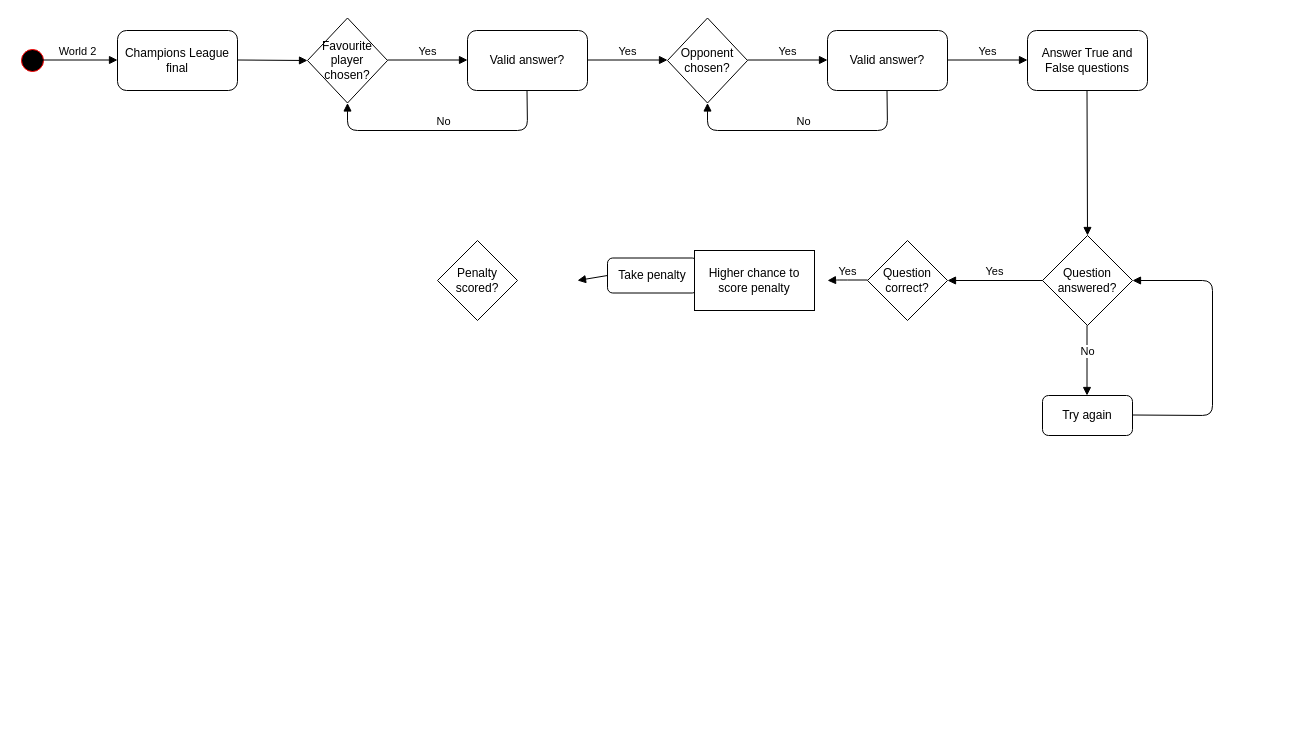
ramonjakobs/project1_textgame keeps this draw.io diagram as World 2.drawio. Above is the earlier version. Source tidied: cells renumbered, new cells numbered last; positions are measured from the earlier drawing's top-left corner, leaving out a move shared by most shapes. Both pictures are drawn from the tidied source at 100%, with x=0, y=0 at pixel (17, 17).
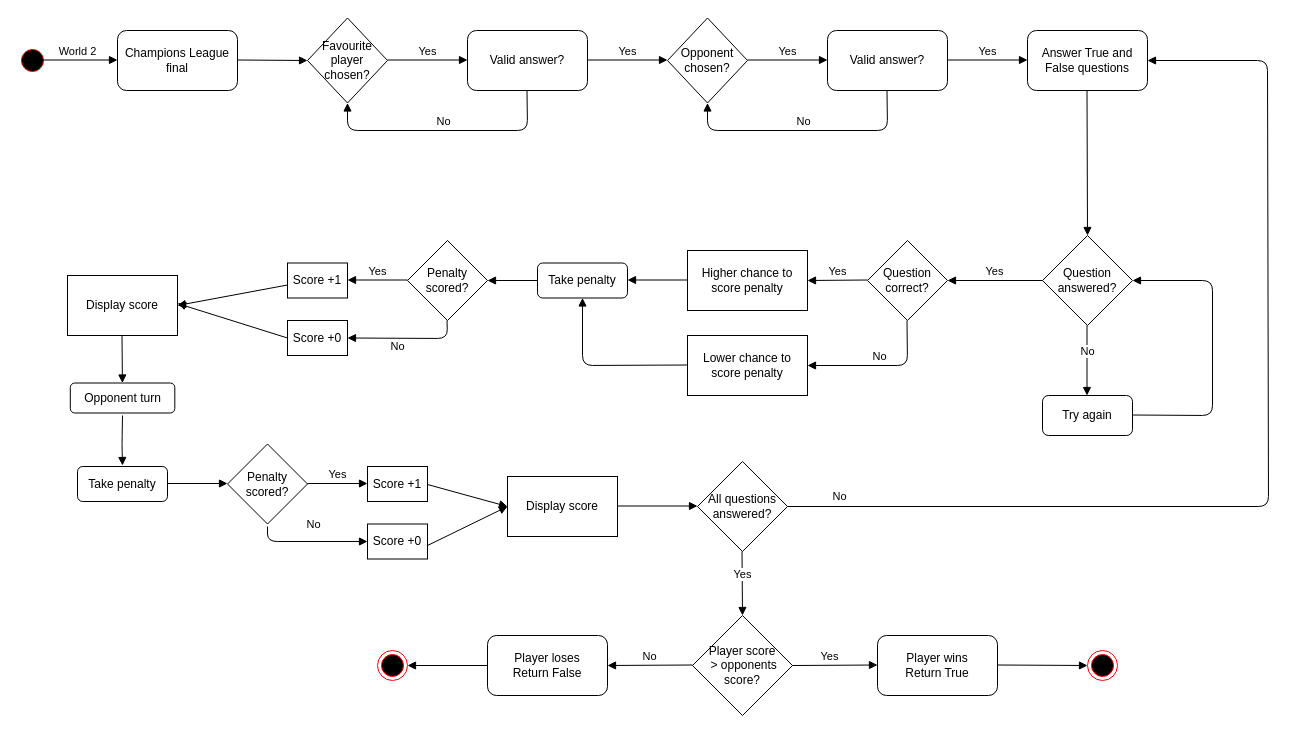
The same page after the edit.

Unchanged cells that the change refers to:
```xml
<mxCell id="16" value="Answer True and False questions" style="rounded=1;whiteSpace=wrap;html=1;" parent="1" vertex="1">
  <mxGeometry x="1010" y="13" width="120" height="60" as="geometry" />
</mxCell>
```

Diff of the diagram source:
```diff
@@
     <mxCell id="24" value="Penalty scored?" style="rhombus;whiteSpace=wrap;html=1;" parent="1" vertex="1">
-      <mxGeometry x="420" y="223" width="80" height="80" as="geometry" />
+      <mxGeometry x="390" y="223" width="80" height="80" as="geometry" />
     </mxCell>
     <mxCell id="25" value="Take penalty" style="rounded=1;whiteSpace=wrap;html=1;" parent="1" vertex="1">
-      <mxGeometry x="590" y="240.5" width="90" height="35" as="geometry" />
+      <mxGeometry x="520" y="245.5" width="90" height="35" as="geometry" />
     </mxCell>
-    <mxCell id="26" style="html=1;verticalAlign=bottom;endArrow=block;exitX=0;exitY=0.5;exitDx=0;exitDy=0;" parent="1" edge="1" source="25">
-      <mxGeometry x="-0.43" y="10" relative="1" as="geometry">
-        <mxPoint x="560" y="263" as="targetPoint" />
-      </mxGeometry>
+    <mxCell id="26" style="html=1;verticalAlign=bottom;endArrow=block;exitX=0;exitY=0.5;exitDx=0;exitDy=0;" parent="1" edge="1" source="25" target="24">
+      <mxGeometry x="-0.43" y="10" relative="1" as="geometry" />
     </mxCell>
     <mxCell id="27" value="Yes" style="html=1;verticalAlign=bottom;endArrow=block;" parent="1" edge="1">
       <mxGeometry relative="1" as="geometry">
         <mxPoint x="850" y="262.5" as="sourcePoint" />
-        <mxPoint x="810" y="263" as="targetPoint" />
-        <Array as="points">
-          <mxPoint x="820" y="262.5" />
-        </Array>
+        <mxPoint x="790" y="263" as="targetPoint" />
       </mxGeometry>
     </mxCell>
     <mxCell id="28" value="Higher chance to score penalty" style="rounded=0;whiteSpace=wrap;html=1;" parent="1" vertex="1">
-      <mxGeometry x="677" y="233" width="120" height="60" as="geometry" />
+      <mxGeometry x="670" y="233" width="120" height="60" as="geometry" />
     </mxCell>
+    <mxCell id="29" style="html=1;verticalAlign=bottom;endArrow=block;" parent="1" edge="1">
+      <mxGeometry relative="1" as="geometry">
+        <mxPoint x="670" y="262.5" as="sourcePoint" />
+        <mxPoint x="610" y="262.5" as="targetPoint" />
+      </mxGeometry>
+    </mxCell>
+    <mxCell id="30" value="No" style="html=1;verticalAlign=bottom;endArrow=block;entryX=1;entryY=0.5;entryDx=0;entryDy=0;" parent="1" edge="1" target="32">
+      <mxGeometry x="0.15" y="17" relative="1" as="geometry">
+        <mxPoint x="429.5" y="303" as="sourcePoint" />
+        <Array as="points">
+          <mxPoint x="430" y="321" />
+        </Array>
+      </mxGeometry>
+    </mxCell>
+    <mxCell id="31" value="Yes" style="html=1;verticalAlign=bottom;endArrow=block;" parent="1" edge="1">
+      <mxGeometry relative="1" as="geometry">
+        <mxPoint x="390" y="262.5" as="sourcePoint" />
+        <mxPoint x="330" y="262.5" as="targetPoint" />
+      </mxGeometry>
+    </mxCell>
+    <mxCell id="32" value="Score +0" style="rounded=0;whiteSpace=wrap;html=1;" parent="1" vertex="1">
+      <mxGeometry x="270" y="303" width="60" height="35" as="geometry" />
+    </mxCell>
+    <mxCell id="33" value="Score +1" style="rounded=0;whiteSpace=wrap;html=1;" parent="1" vertex="1">
+      <mxGeometry x="270" y="245.5" width="60" height="35" as="geometry" />
+    </mxCell>
+    <mxCell id="34" style="html=1;verticalAlign=bottom;endArrow=block;entryX=1;entryY=0.5;entryDx=0;entryDy=0;" parent="1" edge="1" target="36">
+      <mxGeometry relative="1" as="geometry">
+        <mxPoint x="270" y="267.5" as="sourcePoint" />
+      </mxGeometry>
+    </mxCell>
+    <mxCell id="35" style="html=1;verticalAlign=bottom;endArrow=block;entryX=1;entryY=0.5;entryDx=0;entryDy=0;exitX=0;exitY=0.5;exitDx=0;exitDy=0;" parent="1" edge="1" source="32">
+      <mxGeometry relative="1" as="geometry">
+        <mxPoint x="160" y="286" as="targetPoint" />
+      </mxGeometry>
+    </mxCell>
+    <mxCell id="36" value="Display score" style="rounded=0;whiteSpace=wrap;html=1;strokeColor=#000000;" parent="1" vertex="1">
+      <mxGeometry x="50" y="258" width="110" height="60" as="geometry" />
+    </mxCell>
+    <mxCell id="37" value="No" style="html=1;verticalAlign=bottom;endArrow=block;" parent="1" edge="1">
+      <mxGeometry relative="1" as="geometry">
+        <mxPoint x="889.5" y="303" as="sourcePoint" />
+        <mxPoint x="790" y="348" as="targetPoint" />
+        <Array as="points">
+          <mxPoint x="890" y="348" />
+        </Array>
+      </mxGeometry>
+    </mxCell>
+    <mxCell id="38" value="Lower chance to score penalty" style="rounded=0;whiteSpace=wrap;html=1;" parent="1" vertex="1">
+      <mxGeometry x="670" y="318" width="120" height="60" as="geometry" />
+    </mxCell>
+    <mxCell id="39" style="html=1;verticalAlign=bottom;endArrow=block;entryX=0.5;entryY=1;entryDx=0;entryDy=0;" parent="1" edge="1" target="25">
+      <mxGeometry relative="1" as="geometry">
+        <mxPoint x="670" y="347.5" as="sourcePoint" />
+        <Array as="points">
+          <mxPoint x="565" y="348" />
+        </Array>
+      </mxGeometry>
+    </mxCell>
+    <mxCell id="40" style="html=1;verticalAlign=bottom;endArrow=block;shadow=0;strokeWidth=1;" parent="1" edge="1" target="41">
+      <mxGeometry relative="1" as="geometry">
+        <mxPoint x="104.5" y="318" as="sourcePoint" />
+      </mxGeometry>
+    </mxCell>
+    <mxCell id="41" value="Opponent turn" style="rounded=1;whiteSpace=wrap;html=1;" parent="1" vertex="1">
+      <mxGeometry x="52.8" y="365.5" width="104.5" height="30" as="geometry" />
+    </mxCell>
+    <mxCell id="42" value="Penalty scored?" style="rhombus;whiteSpace=wrap;html=1;direction=west;" parent="1" vertex="1">
+      <mxGeometry x="210" y="426.5" width="80" height="80" as="geometry" />
+    </mxCell>
+    <mxCell id="43" value="No" style="html=1;verticalAlign=bottom;endArrow=block;entryX=1;entryY=0.5;entryDx=0;entryDy=0;" parent="1" edge="1" target="45">
+      <mxGeometry x="0.06" y="8" relative="1" as="geometry">
+        <mxPoint x="250" y="509" as="sourcePoint" />
+        <Array as="points">
+          <mxPoint x="250" y="524" />
+        </Array>
+      </mxGeometry>
+    </mxCell>
+    <mxCell id="44" value="Yes" style="html=1;verticalAlign=bottom;endArrow=block;" parent="1" edge="1">
+      <mxGeometry relative="1" as="geometry">
+        <mxPoint x="290" y="466" as="sourcePoint" />
+        <mxPoint x="350" y="466" as="targetPoint" />
+      </mxGeometry>
+    </mxCell>
+    <mxCell id="45" value="Score +0" style="rounded=0;whiteSpace=wrap;html=1;direction=west;" parent="1" vertex="1">
+      <mxGeometry x="350" y="506.5" width="60" height="35" as="geometry" />
+    </mxCell>
+    <mxCell id="46" value="Score +1" style="rounded=0;whiteSpace=wrap;html=1;direction=west;" parent="1" vertex="1">
+      <mxGeometry x="350" y="449" width="60" height="35" as="geometry" />
+    </mxCell>
+    <mxCell id="47" style="html=1;verticalAlign=bottom;endArrow=block;entryX=0;entryY=0.5;entryDx=0;entryDy=0;" parent="1" edge="1" target="51">
+      <mxGeometry relative="1" as="geometry">
+        <mxPoint x="410" y="467" as="sourcePoint" />
+      </mxGeometry>
+    </mxCell>
+    <mxCell id="48" style="html=1;verticalAlign=bottom;endArrow=block;entryX=0;entryY=0.5;entryDx=0;entryDy=0;" parent="1" edge="1" target="51">
+      <mxGeometry relative="1" as="geometry">
+        <mxPoint x="410" y="528" as="sourcePoint" />
+        <Array as="points">
+          <mxPoint x="410" y="528" />
+        </Array>
+      </mxGeometry>
+    </mxCell>
+    <mxCell id="49" value="Take penalty" style="rounded=1;whiteSpace=wrap;html=1;" parent="1" vertex="1">
+      <mxGeometry x="60" y="449" width="90" height="35" as="geometry" />
+    </mxCell>
+    <mxCell id="50" style="html=1;verticalAlign=bottom;endArrow=block;shadow=0;strokeWidth=1;" parent="1" edge="1">
+      <mxGeometry relative="1" as="geometry">
+        <mxPoint x="105" y="398" as="sourcePoint" />
+        <mxPoint x="105" y="448" as="targetPoint" />
+        <Array as="points">
+          <mxPoint x="104.5" y="428" />
+        </Array>
+      </mxGeometry>
+    </mxCell>
+    <mxCell id="51" value="Display score" style="rounded=0;whiteSpace=wrap;html=1;strokeColor=#000000;" parent="1" vertex="1">
+      <mxGeometry x="490" y="459" width="110" height="60" as="geometry" />
+    </mxCell>
+    <mxCell id="52" style="html=1;verticalAlign=bottom;endArrow=block;shadow=0;strokeWidth=1;" parent="1" edge="1">
+      <mxGeometry relative="1" as="geometry">
+        <mxPoint x="150" y="466" as="sourcePoint" />
+        <mxPoint x="210" y="466" as="targetPoint" />
+      </mxGeometry>
+    </mxCell>
+    <mxCell id="53" value="All questions answered?" style="rhombus;whiteSpace=wrap;html=1;strokeColor=#000000;" parent="1" vertex="1">
+      <mxGeometry x="680" y="444" width="90" height="90" as="geometry" />
+    </mxCell>
+    <mxCell id="54" style="html=1;verticalAlign=bottom;endArrow=block;shadow=0;strokeWidth=1;" parent="1" edge="1">
+      <mxGeometry relative="1" as="geometry">
+        <mxPoint x="600" y="488.5" as="sourcePoint" />
+        <mxPoint x="680" y="488.5" as="targetPoint" />
+      </mxGeometry>
+    </mxCell>
+    <mxCell id="55" value="No" style="html=1;verticalAlign=bottom;endArrow=block;shadow=0;strokeWidth=1;entryX=1;entryY=0.5;entryDx=0;entryDy=0;exitX=1;exitY=0.5;exitDx=0;exitDy=0;" parent="1" edge="1" source="53" target="16">
+      <mxGeometry x="-0.9" y="1" relative="1" as="geometry">
+        <Array as="points">
+          <mxPoint x="1251" y="489" />
+          <mxPoint x="1250" y="43" />
+        </Array>
+      </mxGeometry>
+    </mxCell>
+    <mxCell id="56" value="Yes" style="html=1;verticalAlign=bottom;endArrow=block;shadow=0;strokeWidth=1;entryX=0.5;entryY=0;entryDx=0;entryDy=0;" parent="1" edge="1" target="57">
+      <mxGeometry relative="1" as="geometry">
+        <mxPoint x="724.5" y="534" as="sourcePoint" />
+      </mxGeometry>
+    </mxCell>
+    <mxCell id="57" value="Player score&lt;br&gt;&amp;nbsp;&amp;gt; opponents score?" style="rhombus;whiteSpace=wrap;html=1;strokeColor=#000000;" parent="1" vertex="1">
+      <mxGeometry x="675" y="598" width="100" height="100" as="geometry" />
+    </mxCell>
+    <mxCell id="58" style="edgeStyle=orthogonalEdgeStyle;rounded=0;orthogonalLoop=1;jettySize=auto;html=1;exitX=0.5;exitY=1;exitDx=0;exitDy=0;shadow=0;strokeWidth=1;" parent="1" edge="1" source="57" target="57">
+      <mxGeometry relative="1" as="geometry" />
+    </mxCell>
+    <mxCell id="59" value="Yes" style="html=1;verticalAlign=bottom;endArrow=block;shadow=0;strokeWidth=1;exitX=1;exitY=0.5;exitDx=0;exitDy=0;" parent="1" edge="1" source="57">
+      <mxGeometry x="-0.12" relative="1" as="geometry">
+        <mxPoint x="860" y="647.5" as="targetPoint" />
+      </mxGeometry>
+    </mxCell>
+    <mxCell id="60" value="Player wins&lt;br&gt;Return True" style="rounded=1;whiteSpace=wrap;html=1;strokeColor=#000000;" parent="1" vertex="1">
+      <mxGeometry x="860" y="618" width="120" height="60" as="geometry" />
+    </mxCell>
+    <mxCell id="61" style="ellipse;html=1;shape=endState;fillColor=#000000;strokeColor=#ff0000;" parent="1" vertex="1">
+      <mxGeometry x="1070" y="633" width="30" height="30" as="geometry" />
+    </mxCell>
+    <mxCell id="62" style="html=1;verticalAlign=bottom;endArrow=block;shadow=0;strokeWidth=1;entryX=0;entryY=0.5;entryDx=0;entryDy=0;" parent="1" edge="1" target="61">
+      <mxGeometry relative="1" as="geometry">
+        <mxPoint x="980" y="647.5" as="sourcePoint" />
+      </mxGeometry>
+    </mxCell>
+    <mxCell id="63" value="No" style="html=1;verticalAlign=bottom;endArrow=block;shadow=0;strokeWidth=1;entryX=1;entryY=0.5;entryDx=0;entryDy=0;" parent="1" edge="1" target="64">
+      <mxGeometry relative="1" as="geometry">
+        <mxPoint x="675" y="647.5" as="sourcePoint" />
+      </mxGeometry>
+    </mxCell>
+    <mxCell id="64" value="Player loses&lt;br&gt;Return False" style="rounded=1;whiteSpace=wrap;html=1;strokeColor=#000000;" parent="1" vertex="1">
+      <mxGeometry x="470" y="618" width="120" height="60" as="geometry" />
+    </mxCell>
+    <mxCell id="65" style="html=1;verticalAlign=bottom;endArrow=block;shadow=0;strokeWidth=1;exitX=0;exitY=0.5;exitDx=0;exitDy=0;" parent="1" edge="1" source="64">
+      <mxGeometry relative="1" as="geometry">
+        <mxPoint x="390" y="648" as="targetPoint" />
+      </mxGeometry>
+    </mxCell>
+    <mxCell id="66" style="ellipse;html=1;shape=endState;fillColor=#000000;strokeColor=#ff0000;" parent="1" vertex="1">
+      <mxGeometry x="360" y="633" width="30" height="30" as="geometry" />
+    </mxCell>
```
